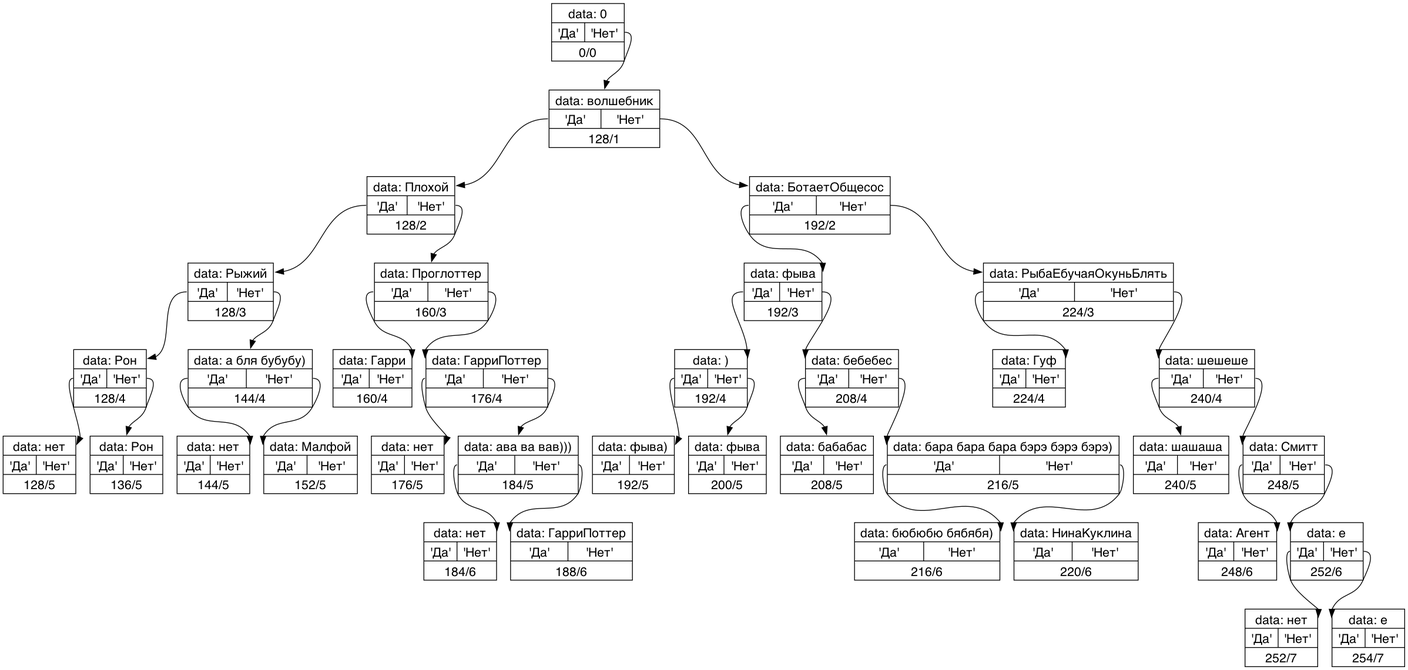
Before: my_dotcode.dot.png, a diagram exported from Graphviz (xmickos/Akinator). Its source is kept beside it as my_dotcode.dot.
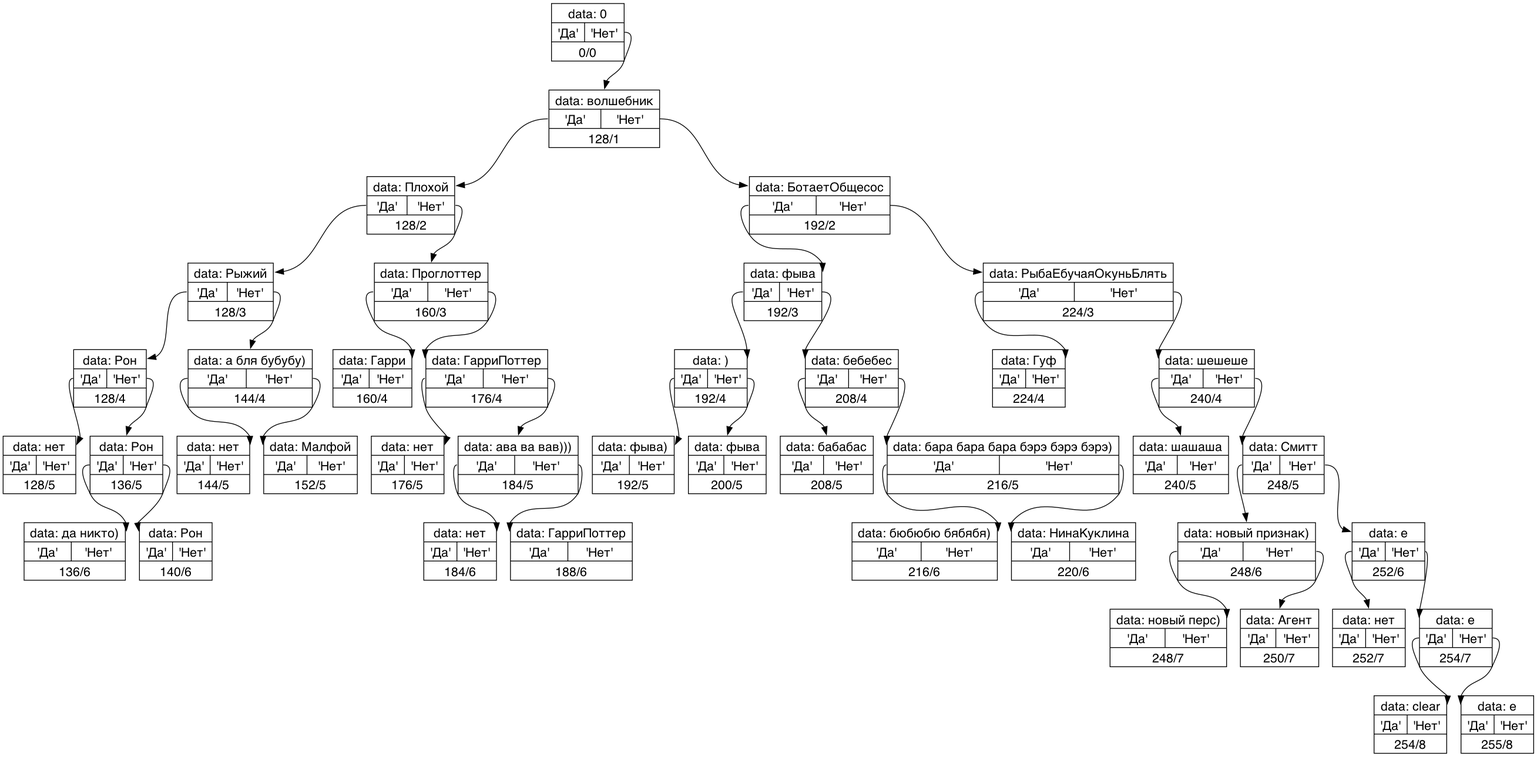
Above is the later version.

The edit, as a diff of the source:
```diff
@@ -82,6 +82,20 @@
 
 "128/4":f2 -> "136/5":f0
 
+"136/6"[
+	label = "{<f0> data: да никто)| {<f1> 'Да'| <f2> 'Нет'} | <f3> 136/6}"
+	shape = "record"
+];
+
+"136/5":f1 -> "136/6":f0
+
+"140/6"[
+	label = "{<f0> data: Рон| {<f1> 'Да'| <f2> 'Нет'} | <f3> 140/6}"
+	shape = "record"
+];
+
+"136/5":f2 -> "140/6":f0
+
 "144/5"[
 	label = "{<f0> data: нет| {<f1> 'Да'| <f2> 'Нет'} | <f3> 144/5}"
 	shape = "record"
@@ -97,7 +111,7 @@
 "144/4":f2 -> "152/5":f0
 
 "160/4"[
-	label = "{<f0> data: Гарри| {<f1> 'Да'| <f2> 'Нет'} | <f3> 160/4}"
+	label = "{<f0> data: буква Б вместо Г| {<f1> 'Да'| <f2> 'Нет'} | <f3> 160/4}"
 	shape = "record"
 ];
 
@@ -109,6 +123,20 @@
 ];
 
 "160/3":f2 -> "176/4":f0
+
+"160/5"[
+	label = "{<f0> data: Барри| {<f1> 'Да'| <f2> 'Нет'} | <f3> 160/5}"
+	shape = "record"
+];
+
+"160/4":f1 -> "160/5":f0
+
+"168/5"[
+	label = "{<f0> data: Гарри| {<f1> 'Да'| <f2> 'Нет'} | <f3> 168/5}"
+	shape = "record"
+];
+
+"160/4":f2 -> "168/5":f0
 
 "176/5"[
 	label = "{<f0> data: нет| {<f1> 'Да'| <f2> 'Нет'} | <f3> 176/5}"
@@ -237,7 +265,7 @@
 "240/4":f2 -> "248/5":f0
 
 "248/6"[
-	label = "{<f0> data: Агент| {<f1> 'Да'| <f2> 'Нет'} | <f3> 248/6}"
+	label = "{<f0> data: новый признак)| {<f1> 'Да'| <f2> 'Нет'} | <f3> 248/6}"
 	shape = "record"
 ];
 
@@ -249,6 +277,20 @@
 ];
 
 "248/5":f2 -> "252/6":f0
+
+"248/7"[
+	label = "{<f0> data: новый перс)| {<f1> 'Да'| <f2> 'Нет'} | <f3> 248/7}"
+	shape = "record"
+];
+
+"248/6":f1 -> "248/7":f0
+
+"250/7"[
+	label = "{<f0> data: Агент| {<f1> 'Да'| <f2> 'Нет'} | <f3> 250/7}"
+	shape = "record"
+];
+
+"248/6":f2 -> "250/7":f0
 
 "252/7"[
 	label = "{<f0> data: нет| {<f1> 'Да'| <f2> 'Нет'} | <f3> 252/7}"
@@ -264,4 +306,18 @@
 
 "252/6":f2 -> "254/7":f0
 
+"254/8"[
+	label = "{<f0> data: clear| {<f1> 'Да'| <f2> 'Нет'} | <f3> 254/8}"
+	shape = "record"
+];
+
+"254/7":f1 -> "254/8":f0
+
+"255/8"[
+	label = "{<f0> data: е| {<f1> 'Да'| <f2> 'Нет'} | <f3> 255/8}"
+	shape = "record"
+];
+
+"254/7":f2 -> "255/8":f0
+
 }
```
